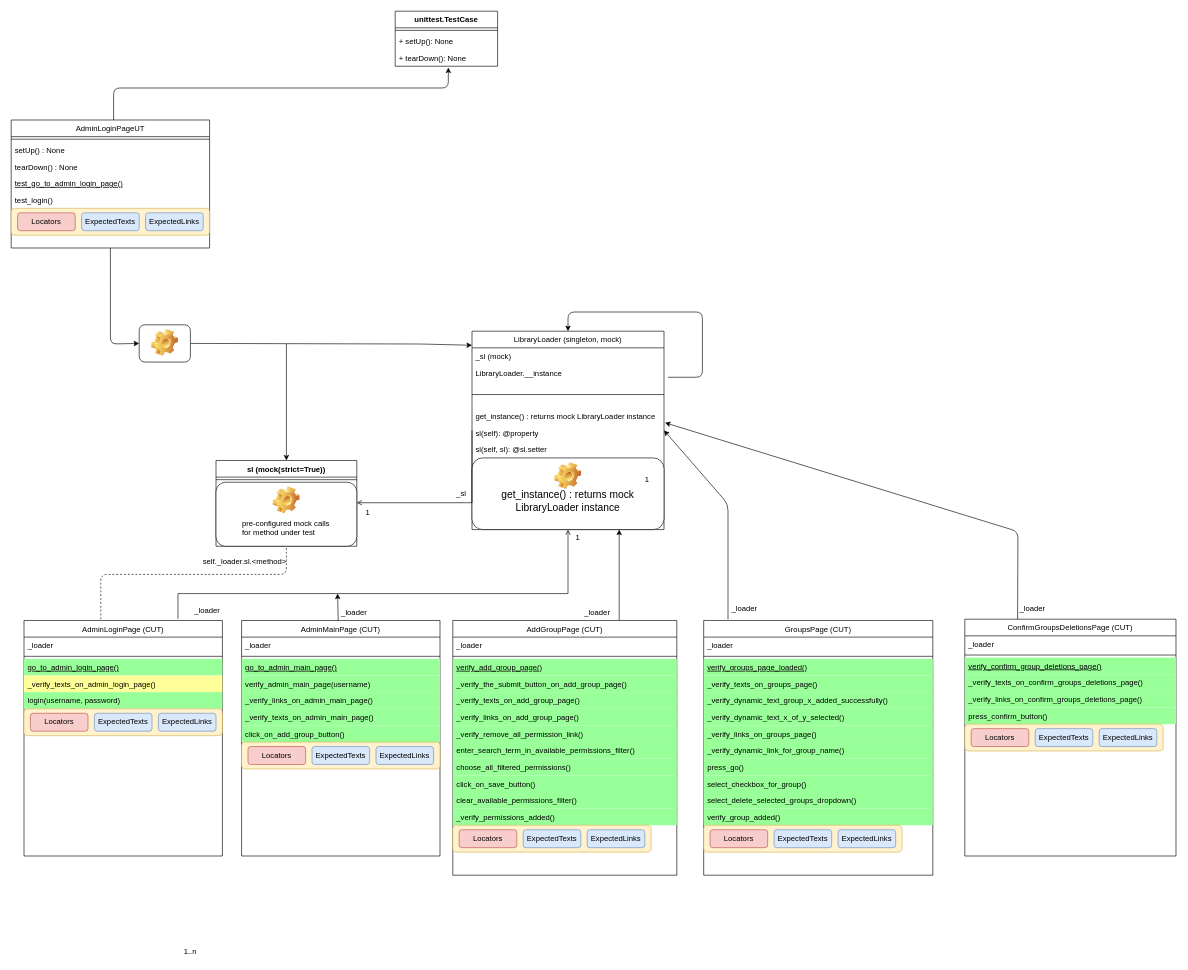
Earlier version of the draw.io diagram Uml-Draw.io/DjangoAdminSiteTestSuiteUnitTests.drawio (TeddyTeddy/robot-fw-seleniumlibrary-tests). Source tidied: cells renumbered, new cells numbered last; positions are measured from the earlier drawing's top-left corner, leaving out a move shared by most shapes. Both pictures are drawn from the tidied source at 64%, with x=0, y=0 at pixel (11, 11).
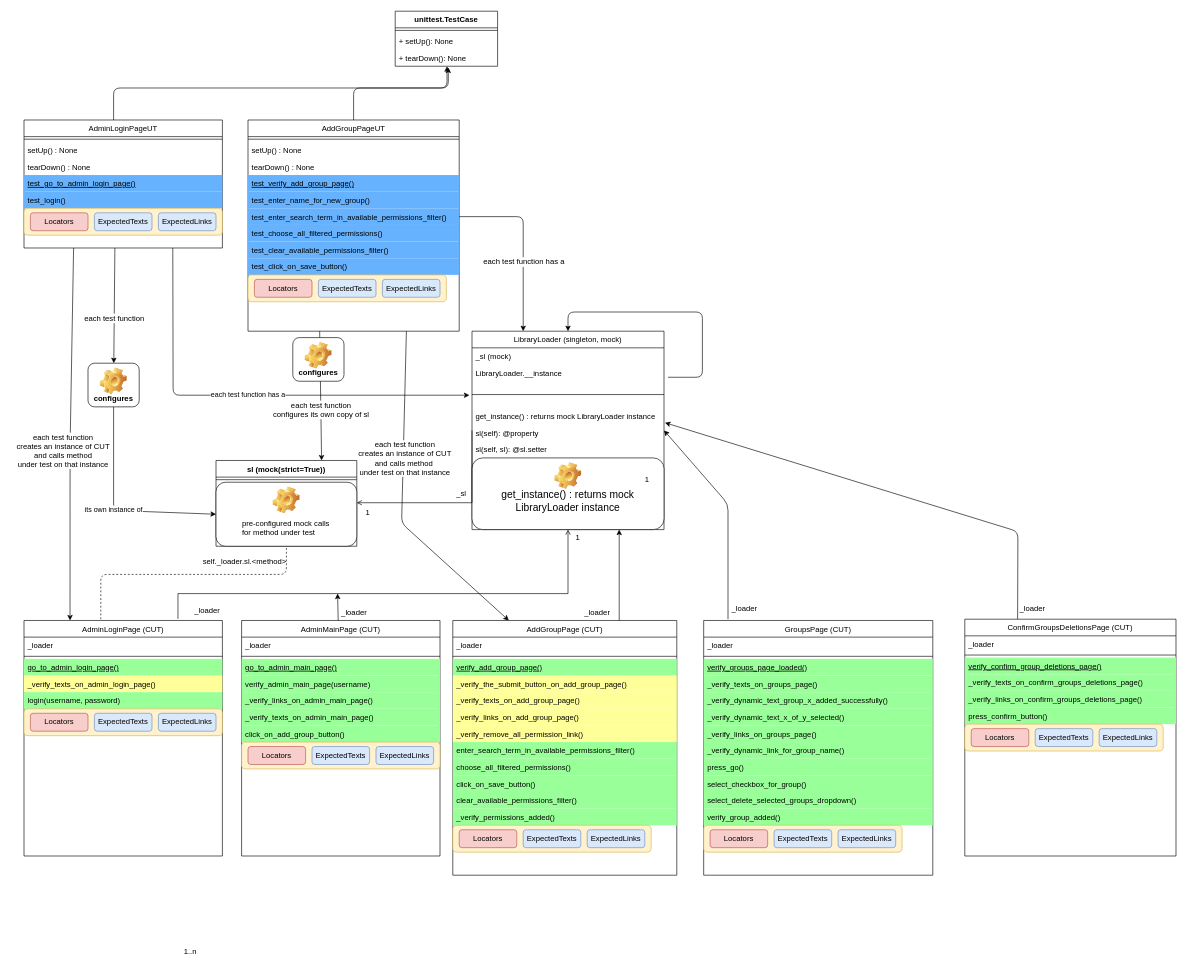
The same diagram, later.

Commit message (it also covers changes not shown here):
AddGroupPageUT now is the only place where mock calls are configured

The change refers to these unchanged cells:
```xml
<mxCell id="2" value="AdminLoginPage (CUT)" style="swimlane;fontStyle=0;align=center;verticalAlign=top;horizontal=1;startSize=26;rounded=0;shadow=0;strokeWidth=1;" parent="1" vertex="1">
  <mxGeometry x="20" y="952" width="310" height="368" as="geometry" />
</mxCell>
<mxCell id="39" value="AddGroupPage (CUT)" style="swimlane;fontStyle=0;align=center;verticalAlign=top;horizontal=1;startSize=26;rounded=0;shadow=0;strokeWidth=1;" parent="1" vertex="1">
  <mxGeometry x="690" y="952" width="350" height="398" as="geometry" />
</mxCell>
<mxCell id="110" value="sl (mock(strict=True))" style="swimlane;fontStyle=1;align=center;verticalAlign=top;horizontal=1;startSize=26;" parent="109" vertex="1">
  <mxGeometry width="220" height="134" as="geometry" />
</mxCell>
<mxCell id="113" style="label;whiteSpace=wrap;html=1;align=center;verticalAlign=bottom;spacingLeft=0;spacingBottom=4;imageAlign=center;imageVerticalAlign=top;image=img/clipart/Gear_128x128.png;" parent="112" vertex="1">
  <mxGeometry width="220" height="100" as="geometry" />
</mxCell>
<mxCell id="124" value="+ tearDown(): None" style="text;strokeColor=none;fillColor=none;align=left;verticalAlign=top;spacingLeft=4;spacingRight=4;overflow=hidden;points=[[0,0.5],[1,0.5]];portConstraint=eastwest;" parent="121" vertex="1">
  <mxGeometry y="60" width="160" height="26" as="geometry" />
</mxCell>
```

Diff of the diagram source:
```diff
@@
-    <mxCell id="43" value="_verify_the_submit_button_on_add_group_page()" style="text;align=left;verticalAlign=top;spacingLeft=4;spacingRight=4;overflow=hidden;fillColor=#99FF99;" parent="39" vertex="1">
+    <mxCell id="43" value="_verify_the_submit_button_on_add_group_page()" style="text;align=left;verticalAlign=top;spacingLeft=4;spacingRight=4;overflow=hidden;fillColor=#FFFF99;" parent="39" vertex="1">
       <mxGeometry y="86" width="350" height="26" as="geometry" />
     </mxCell>
-    <mxCell id="44" value="_verify_texts_on_add_group_page()&#10;" style="text;align=left;verticalAlign=top;spacingLeft=4;spacingRight=4;overflow=hidden;fillColor=#99FF99;" parent="39" vertex="1">
+    <mxCell id="44" value="_verify_texts_on_add_group_page()&#10;" style="text;align=left;verticalAlign=top;spacingLeft=4;spacingRight=4;overflow=hidden;fillColor=#FFFF99;" parent="39" vertex="1">
       <mxGeometry y="112" width="350" height="26" as="geometry" />
     </mxCell>
-    <mxCell id="45" value="_verify_links_on_add_group_page()" style="text;align=left;verticalAlign=top;spacingLeft=4;spacingRight=4;overflow=hidden;fillColor=#99FF99;" parent="39" vertex="1">
+    <mxCell id="45" value="_verify_links_on_add_group_page()" style="text;align=left;verticalAlign=top;spacingLeft=4;spacingRight=4;overflow=hidden;fillColor=#FFFF99;" parent="39" vertex="1">
       <mxGeometry y="138" width="350" height="26" as="geometry" />
     </mxCell>
-    <mxCell id="46" value="_verify_remove_all_permission_link()" style="text;align=left;verticalAlign=top;spacingLeft=4;spacingRight=4;overflow=hidden;fillColor=#99FF99;" parent="39" vertex="1">
+    <mxCell id="46" value="_verify_remove_all_permission_link()" style="text;align=left;verticalAlign=top;spacingLeft=4;spacingRight=4;overflow=hidden;fillColor=#FFFF99;" parent="39" vertex="1">
       <mxGeometry y="164" width="350" height="26" as="geometry" />
     </mxCell>
@@
     <mxCell id="94" value="AdminLoginPageUT" style="swimlane;fontStyle=0;align=center;verticalAlign=top;horizontal=1;startSize=26;rounded=0;shadow=0;strokeWidth=1;" parent="1" vertex="1">
-      <mxGeometry y="170" width="310" height="200" as="geometry" />
+      <mxGeometry x="20" y="170" width="310" height="200" as="geometry" />
     </mxCell>
@@
-    <mxCell id="98" value="test_go_to_admin_login_page()" style="text;align=left;verticalAlign=top;spacingLeft=4;spacingRight=4;overflow=hidden;fontStyle=4;" parent="94" vertex="1">
+    <mxCell id="98" value="test_go_to_admin_login_page()" style="text;align=left;verticalAlign=top;spacingLeft=4;spacingRight=4;overflow=hidden;fontStyle=4;fillColor=#66B2FF;" parent="94" vertex="1">
       <mxGeometry y="86" width="310" height="26" as="geometry" />
     </mxCell>
-    <mxCell id="99" value="test_login() " style="text;align=left;verticalAlign=top;spacingLeft=4;spacingRight=4;overflow=hidden;" parent="94" vertex="1">
+    <mxCell id="99" value="test_login() " style="text;align=left;verticalAlign=top;spacingLeft=4;spacingRight=4;overflow=hidden;fillColor=#66B2FF;" parent="94" vertex="1">
       <mxGeometry y="112" width="310" height="26" as="geometry" />
     </mxCell>
@@
-    <mxCell id="116" style="endArrow=classic;html=1;exitX=1;exitY=0.5;exitDx=0;exitDy=0;" parent="1" edge="1" source="126">
+    <mxCell id="116" value="its own instance of" style="endArrow=classic;html=1;exitX=0.5;exitY=1;exitDx=0;exitDy=0;entryX=0;entryY=0.5;entryDx=0;entryDy=0;" parent="1" edge="1" source="126" target="113">
       <mxGeometry relative="1" as="geometry">
-        <mxPoint x="720" y="522" as="targetPoint" />
         <Array as="points">
-          <mxPoint x="640" y="520" />
+          <mxPoint x="160" y="780" />
         </Array>
       </mxGeometry>
     </mxCell>
@@
-    <mxCell id="125" style="endArrow=classic;html=1;entryX=0.519;entryY=1.077;entryDx=0;entryDy=0;entryPerimeter=0;" parent="1" edge="1" target="124">
+    <mxCell id="125" style="endArrow=classic;html=1;" parent="1" edge="1">
       <mxGeometry relative="1" as="geometry">
         <mxPoint x="160" y="170" as="sourcePoint" />
+        <mxPoint x="683" y="88" as="targetPoint" />
         <Array as="points">
           <mxPoint x="160" y="120" />
           <mxPoint x="683" y="120" />
         </Array>
       </mxGeometry>
     </mxCell>
-    <mxCell id="126" style="label;whiteSpace=wrap;html=1;align=center;verticalAlign=bottom;spacingLeft=0;spacingBottom=4;imageAlign=center;imageVerticalAlign=top;image=img/clipart/Gear_128x128.png;" parent="1" vertex="1">
-      <mxGeometry x="200" y="490" width="80" height="58.2" as="geometry" />
+    <mxCell id="126" value="configures" style="label;whiteSpace=wrap;html=1;align=center;verticalAlign=bottom;spacingLeft=0;spacingBottom=4;imageAlign=center;imageVerticalAlign=top;image=img/clipart/Gear_128x128.png;" parent="1" vertex="1">
+      <mxGeometry x="120" y="550" width="80" height="68.2" as="geometry" />
     </mxCell>
-    <mxCell id="127" style="endArrow=classic;html=1;exitX=0.5;exitY=1;exitDx=0;exitDy=0;entryX=0;entryY=0.5;entryDx=0;entryDy=0;" parent="1" edge="1" source="94" target="126">
+    <mxCell id="127" style="endArrow=classic;html=1;" parent="1" edge="1" target="126">
       <mxGeometry relative="1" as="geometry">
-        <Array as="points">
-          <mxPoint x="155" y="440" />
-          <mxPoint x="155" y="520" />
-        </Array>
+        <mxPoint x="162" y="370" as="sourcePoint" />
       </mxGeometry>
     </mxCell>
+    <mxCell id="129" value="each test function" style="text;html=1;align=center;verticalAlign=middle;labelBackgroundColor=#ffffff;" parent="127" vertex="1">
+      <mxGeometry x="0.22" relative="1" as="geometry" />
+    </mxCell>
-    <mxCell id="128" style="endArrow=classic;html=1;entryX=0.5;entryY=0;entryDx=0;entryDy=0;" parent="1" edge="1" target="110">
+    <mxCell id="128" value="each test function has a" style="endArrow=classic;html=1;exitX=0.75;exitY=1;exitDx=0;exitDy=0;" parent="1" edge="1" source="94">
       <mxGeometry relative="1" as="geometry">
-        <mxPoint x="430" y="520" as="sourcePoint" />
+        <mxPoint x="716" y="600" as="targetPoint" />
+        <Array as="points">
+          <mxPoint x="253" y="600" />
+        </Array>
       </mxGeometry>
     </mxCell>
+    <mxCell id="130" style="endArrow=classic;html=1;exitX=0.25;exitY=1;exitDx=0;exitDy=0;entryX=0.232;entryY=0;entryDx=0;entryDy=0;entryPerimeter=0;" parent="1" edge="1" source="94" target="2">
+      <mxGeometry relative="1" as="geometry">
+        <Array as="points">
+          <mxPoint x="92" y="680" />
+        </Array>
+      </mxGeometry>
+    </mxCell>
+    <mxCell id="131" value="each test function&lt;br&gt;creates an instance of CUT&lt;br&gt;and calls method &lt;br&gt;under test on that instance" style="text;html=1;align=center;verticalAlign=middle;labelBackgroundColor=#ffffff;" parent="130" vertex="1">
+      <mxGeometry x="-0.05" y="-2" relative="1" as="geometry">
+        <mxPoint x="-10.6" y="40.1" as="offset" />
+      </mxGeometry>
+    </mxCell>
+    <mxCell id="132" value="AddGroupPageUT" style="swimlane;fontStyle=0;align=center;verticalAlign=top;horizontal=1;startSize=26;rounded=0;shadow=0;strokeWidth=1;" parent="1" vertex="1">
+      <mxGeometry x="370" y="170" width="330" height="330" as="geometry" />
+    </mxCell>
+    <mxCell id="133" style="line;html=1;strokeWidth=1;align=left;verticalAlign=middle;spacingTop=-1;spacingLeft=3;spacingRight=3;labelPosition=right;" parent="132" vertex="1">
+      <mxGeometry y="26" width="330" height="8" as="geometry" />
+    </mxCell>
+    <mxCell id="134" value="setUp() : None" style="text;align=left;verticalAlign=top;spacingLeft=4;spacingRight=4;overflow=hidden;" parent="132" vertex="1">
+      <mxGeometry y="34" width="330" height="26" as="geometry" />
+    </mxCell>
+    <mxCell id="135" value="tearDown() : None" style="text;align=left;verticalAlign=top;spacingLeft=4;spacingRight=4;overflow=hidden;" parent="132" vertex="1">
+      <mxGeometry y="60" width="330" height="26" as="geometry" />
+    </mxCell>
+    <mxCell id="136" value="test_verify_add_group_page()" style="text;align=left;verticalAlign=top;spacingLeft=4;spacingRight=4;overflow=hidden;fontStyle=4;fillColor=#66B2FF;" parent="132" vertex="1">
+      <mxGeometry y="86" width="330" height="26" as="geometry" />
+    </mxCell>
+    <mxCell id="137" value="test_enter_name_for_new_group()" style="text;align=left;verticalAlign=top;spacingLeft=4;spacingRight=4;overflow=hidden;fillColor=#66B2FF;" parent="132" vertex="1">
+      <mxGeometry y="112" width="330" height="26" as="geometry" />
+    </mxCell>
+    <mxCell id="138" value="test_enter_search_term_in_available_permissions_filter()" style="text;align=left;verticalAlign=top;spacingLeft=4;spacingRight=4;overflow=hidden;points=[[0,0.5],[1,0.5]];portConstraint=eastwest;fillColor=#66B2FF;" parent="132" vertex="1">
+      <mxGeometry y="138" width="330" height="26" as="geometry" />
+    </mxCell>
+    <mxCell id="139" value="test_choose_all_filtered_permissions()" style="text;align=left;verticalAlign=top;spacingLeft=4;spacingRight=4;overflow=hidden;fillColor=#66B2FF;" parent="132" vertex="1">
+      <mxGeometry y="164" width="330" height="26" as="geometry" />
+    </mxCell>
+    <mxCell id="140" value="test_clear_available_permissions_filter()" style="text;align=left;verticalAlign=top;spacingLeft=4;spacingRight=4;overflow=hidden;fillColor=#66B2FF;" parent="132" vertex="1">
+      <mxGeometry y="190" width="330" height="26" as="geometry" />
+    </mxCell>
+    <mxCell id="141" value="test_click_on_save_button()" style="text;align=left;verticalAlign=top;spacingLeft=4;spacingRight=4;overflow=hidden;fillColor=#66B2FF;" parent="132" vertex="1">
+      <mxGeometry y="216" width="330" height="26" as="geometry" />
+    </mxCell>
+    <mxCell id="142" style="group;" parent="132" vertex="1">
+      <mxGeometry y="242" width="330" height="42" as="geometry" />
+    </mxCell>
+    <mxCell id="143" style="group;" parent="142" vertex="1">
+      <mxGeometry width="310" height="42" as="geometry" />
+    </mxCell>
+    <mxCell id="144" style="rounded=1;whiteSpace=wrap;html=1;fillColor=#fff2cc;strokeColor=#d6b656;" parent="143" vertex="1">
+      <mxGeometry width="310" height="42" as="geometry" />
+    </mxCell>
+    <mxCell id="145" value="Locators" style="rounded=1;whiteSpace=wrap;html=1;fillColor=#f8cecc;strokeColor=#b85450;" parent="143" vertex="1">
+      <mxGeometry x="10" y="7" width="90" height="28" as="geometry" />
+    </mxCell>
+    <mxCell id="146" value="ExpectedTexts" style="rounded=1;whiteSpace=wrap;html=1;fillColor=#dae8fc;strokeColor=#6c8ebf;" parent="143" vertex="1">
+      <mxGeometry x="110" y="7" width="90" height="28" as="geometry" />
+    </mxCell>
+    <mxCell id="147" value="ExpectedLinks" style="rounded=1;whiteSpace=wrap;html=1;fillColor=#dae8fc;strokeColor=#6c8ebf;" parent="143" vertex="1">
+      <mxGeometry x="210" y="7" width="90" height="28" as="geometry" />
+    </mxCell>
+    <mxCell id="148" style="endArrow=classic;html=1;exitX=1;exitY=0.5;exitDx=0;exitDy=0;" parent="1" edge="1" source="138">
+      <mxGeometry relative="1" as="geometry">
+        <mxPoint x="800" y="500" as="targetPoint" />
+        <Array as="points">
+          <mxPoint x="800" y="321" />
+        </Array>
+      </mxGeometry>
+    </mxCell>
+    <mxCell id="149" value="each test function has a" style="text;html=1;align=center;verticalAlign=middle;labelBackgroundColor=#ffffff;" parent="148" vertex="1">
+      <mxGeometry x="0.22" relative="1" as="geometry" />
+    </mxCell>
+    <mxCell id="150" style="endArrow=classic;html=1;entryX=0.506;entryY=1;entryDx=0;entryDy=0;entryPerimeter=0;exitX=0.5;exitY=0;exitDx=0;exitDy=0;" parent="1" edge="1" source="132" target="124">
+      <mxGeometry relative="1" as="geometry">
+        <Array as="points">
+          <mxPoint x="535" y="120" />
+          <mxPoint x="681" y="120" />
+        </Array>
+      </mxGeometry>
+    </mxCell>
+    <mxCell id="151" style="endArrow=classic;html=1;exitX=0.75;exitY=1;exitDx=0;exitDy=0;entryX=0.25;entryY=0;entryDx=0;entryDy=0;" parent="1" edge="1" source="132" target="39">
+      <mxGeometry relative="1" as="geometry">
+        <Array as="points">
+          <mxPoint x="610" y="800" />
+        </Array>
+      </mxGeometry>
+    </mxCell>
+    <mxCell id="152" value="each test function&lt;br&gt;creates an instance of CUT&lt;br&gt;and calls method&amp;nbsp;&lt;br&gt;under test on that instance" style="text;html=1;align=center;verticalAlign=middle;labelBackgroundColor=#ffffff;" parent="151" vertex="1">
+      <mxGeometry x="-0.05" y="-2" relative="1" as="geometry">
+        <mxPoint x="5.7" y="-50.9" as="offset" />
+      </mxGeometry>
+    </mxCell>
+    <mxCell id="153" style="endArrow=classic;html=1;entryX=0.75;entryY=0;entryDx=0;entryDy=0;" parent="1" edge="1" target="110">
+      <mxGeometry relative="1" as="geometry">
+        <mxPoint x="482" y="500" as="sourcePoint" />
+      </mxGeometry>
+    </mxCell>
+    <mxCell id="154" value="each test function&lt;br&gt;configures its own copy of sl" style="text;html=1;align=center;verticalAlign=middle;labelBackgroundColor=#ffffff;" parent="153" vertex="1">
+      <mxGeometry x="0.22" relative="1" as="geometry" />
+    </mxCell>
+    <mxCell id="155" value="configures" style="label;whiteSpace=wrap;html=1;align=center;verticalAlign=bottom;spacingLeft=0;spacingBottom=4;imageAlign=center;imageVerticalAlign=top;image=img/clipart/Gear_128x128.png;" parent="1" vertex="1">
+      <mxGeometry x="440" y="510" width="80" height="68.2" as="geometry" />
+    </mxCell>
```
